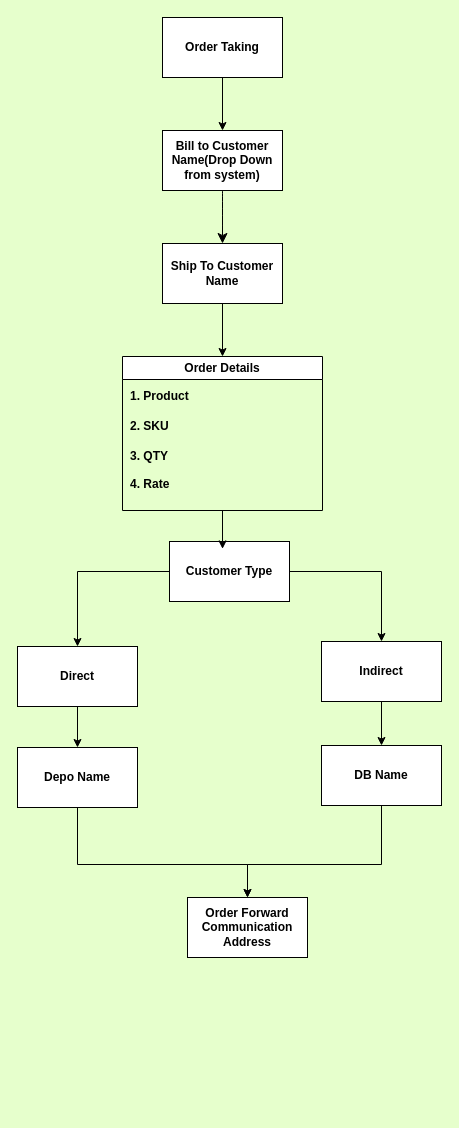
Before: page "Order Taking" (7 of 8) of customer visit workflow.drawio in SBOSE550/Customer-Visit-Data-Collection-Form, a draw.io diagram. Source tidied: cells renumbered, new cells numbered last; positions are measured from the earlier drawing's top-left corner, leaving out a move shared by most shapes. Both pictures are drawn from the tidied source at 100%, with x=0, y=0 at pixel (17, 17).
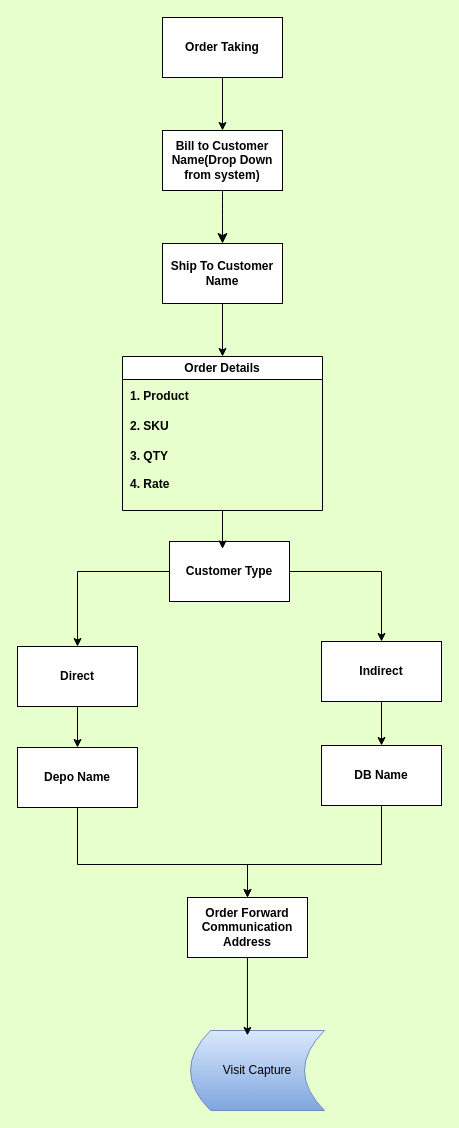
Above is the later version.

The change refers to these unchanged cells:
```xml
<mxCell id="14" value="Order Forward Communication Address" style="whiteSpace=wrap;html=1;fontStyle=1;startSize=23;" parent="1" vertex="1">
  <mxGeometry x="170" y="880" width="120" height="60" as="geometry" />
</mxCell>
```

Diff of the diagram source:
```diff
@@
+    <mxCell id="27" value="Visit Capture" style="shape=dataStorage;whiteSpace=wrap;html=1;fixedSize=1;fillColor=#dae8fc;gradientColor=#7ea6e0;strokeColor=#6c8ebf;" parent="1" vertex="1">
+      <mxGeometry x="173" y="1013" width="134" height="80" as="geometry" />
+    </mxCell>
+    <mxCell id="28" style="edgeStyle=orthogonalEdgeStyle;rounded=0;jettySize=auto;html=1;entryX=0.425;entryY=0.061;entryDx=0;entryDy=0;entryPerimeter=0;" parent="1" edge="1" source="14" target="27">
+      <mxGeometry relative="1" as="geometry" />
+    </mxCell>
```
